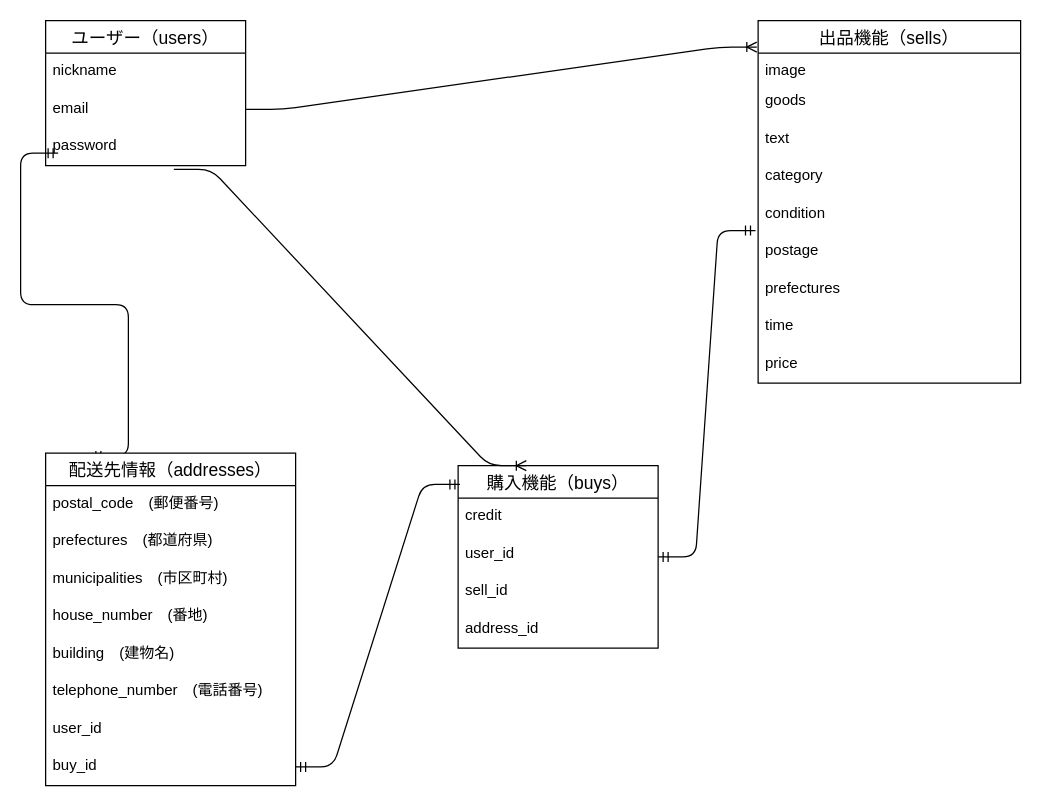
This is furima.dio from uiyum/furima-37442, a draw.io file, before an edit. Source tidied: cells renumbered, new cells numbered last; positions are measured from the earlier drawing's top-left corner, leaving out a move shared by most shapes. Both pictures are drawn from the tidied source at 125%, with x=0, y=0 at pixel (45, 20).
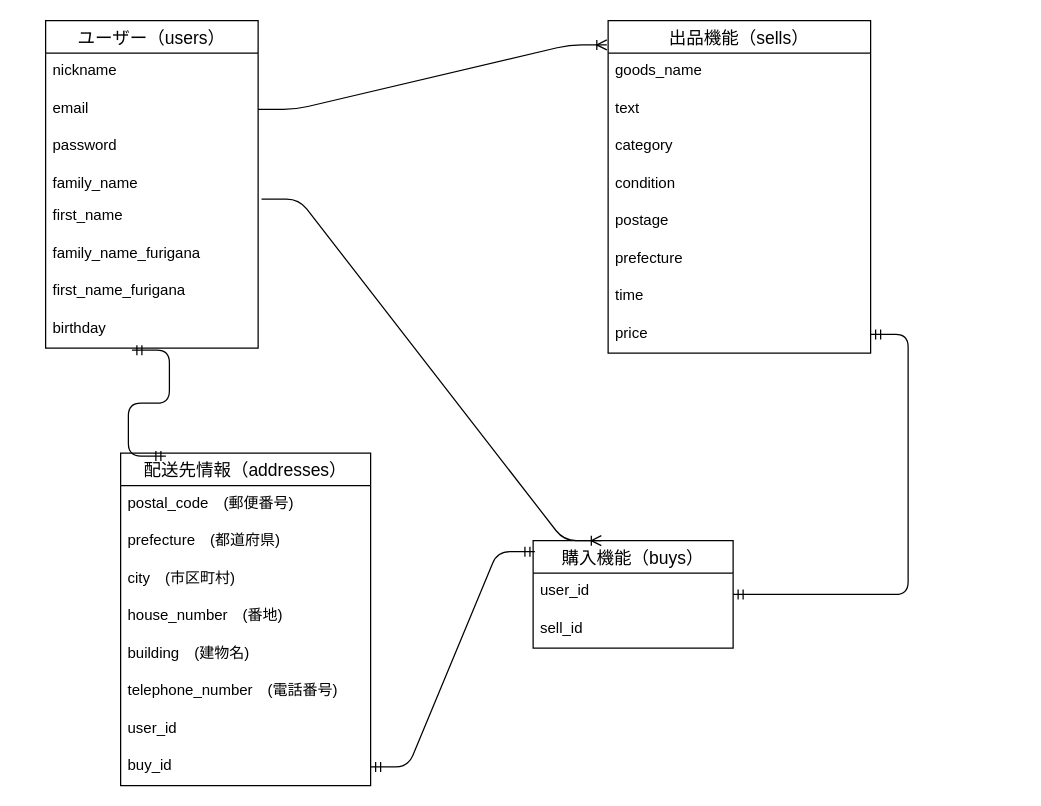
Above is the later version.

Change to the diagram source:
```diff
@@
     <mxCell id="2" value="ユーザー（users）" style="swimlane;fontStyle=0;horizontal=1;startSize=26;align=center;fontSize=14;" parent="1" vertex="1">
-      <mxGeometry width="160" height="116" as="geometry" />
+      <mxGeometry width="170" height="262" as="geometry" />
     </mxCell>
     <mxCell id="3" value="nickname" style="text;strokeColor=none;fillColor=none;spacingLeft=4;spacingRight=4;overflow=hidden;fontSize=12;" parent="2" vertex="1">
-      <mxGeometry y="26" width="160" height="30" as="geometry" />
+      <mxGeometry y="26" width="170" height="30" as="geometry" />
     </mxCell>
     <mxCell id="4" value="email" style="text;strokeColor=none;fillColor=none;spacingLeft=4;spacingRight=4;overflow=hidden;points=[[0,0.5],[1,0.5]];portConstraint=eastwest;fontSize=12;" parent="2" vertex="1">
-      <mxGeometry y="56" width="160" height="30" as="geometry" />
+      <mxGeometry y="56" width="170" height="30" as="geometry" />
     </mxCell>
     <mxCell id="5" value="password" style="text;strokeColor=none;fillColor=none;spacingLeft=4;spacingRight=4;overflow=hidden;points=[[0,0.5],[1,0.5]];portConstraint=eastwest;fontSize=12;" parent="2" vertex="1">
-      <mxGeometry y="86" width="160" height="30" as="geometry" />
+      <mxGeometry y="86" width="170" height="30" as="geometry" />
     </mxCell>
-    <mxCell id="6" style="edgeStyle=entityRelationEdgeStyle;fontSize=12;html=1;endArrow=ERmandOne;startArrow=ERmandOne;exitX=0.181;exitY=0.009;exitDx=0;exitDy=0;exitPerimeter=0;" parent="2" edge="1" source="25">
-      <mxGeometry relative="1" as="geometry">
-        <mxPoint x="10" y="106" as="targetPoint" />
-      </mxGeometry>
-    </mxCell>
+    <mxCell id="35" value="family_name" style="text;strokeColor=none;fillColor=none;spacingLeft=4;spacingRight=4;overflow=hidden;fontSize=12;" parent="2" vertex="1">
+      <mxGeometry y="116" width="170" height="26" as="geometry" />
+    </mxCell>
+    <mxCell id="36" value="first_name" style="text;strokeColor=none;fillColor=none;spacingLeft=4;spacingRight=4;overflow=hidden;points=[[0,0.5],[1,0.5]];portConstraint=eastwest;fontSize=12;" parent="2" vertex="1">
+      <mxGeometry y="142" width="170" height="30" as="geometry" />
+    </mxCell>
+    <mxCell id="37" value="family_name_furigana" style="text;strokeColor=none;fillColor=none;spacingLeft=4;spacingRight=4;overflow=hidden;fontSize=12;" parent="2" vertex="1">
+      <mxGeometry y="172" width="170" height="30" as="geometry" />
+    </mxCell>
+    <mxCell id="38" value="first_name_furigana" style="text;strokeColor=none;fillColor=none;spacingLeft=4;spacingRight=4;overflow=hidden;fontSize=12;" parent="2" vertex="1">
+      <mxGeometry y="202" width="170" height="30" as="geometry" />
+    </mxCell>
+    <mxCell id="39" value="birthday" style="text;strokeColor=none;fillColor=none;spacingLeft=4;spacingRight=4;overflow=hidden;points=[[0,0.5],[1,0.5]];portConstraint=eastwest;fontSize=12;" parent="2" vertex="1">
+      <mxGeometry y="232" width="170" height="30" as="geometry" />
+    </mxCell>
     <mxCell id="7" value="出品機能（sells）" style="swimlane;fontStyle=0;horizontal=1;startSize=26;align=center;fontSize=14;" parent="1" vertex="1">
-      <mxGeometry x="570" width="210" height="290" as="geometry" />
+      <mxGeometry x="450" width="210" height="266" as="geometry" />
     </mxCell>
-    <mxCell id="8" value="image" style="text;strokeColor=none;fillColor=none;spacingLeft=4;spacingRight=4;overflow=hidden;fontSize=12;" parent="7" vertex="1">
-      <mxGeometry y="26" width="210" height="24" as="geometry" />
-    </mxCell>
-    <mxCell id="9" value="goods" style="text;strokeColor=none;fillColor=none;spacingLeft=4;spacingRight=4;overflow=hidden;fontSize=12;" parent="7" vertex="1">
-      <mxGeometry y="50" width="210" height="30" as="geometry" />
+    <mxCell id="9" value="goods_name" style="text;strokeColor=none;fillColor=none;spacingLeft=4;spacingRight=4;overflow=hidden;fontSize=12;" parent="7" vertex="1">
+      <mxGeometry y="26" width="210" height="30" as="geometry" />
     </mxCell>
     <mxCell id="10" value="text" style="text;strokeColor=none;fillColor=none;spacingLeft=4;spacingRight=4;overflow=hidden;fontSize=12;" parent="7" vertex="1">
-      <mxGeometry y="80" width="210" height="30" as="geometry" />
+      <mxGeometry y="56" width="210" height="30" as="geometry" />
     </mxCell>
     <mxCell id="11" value="category" style="text;strokeColor=none;fillColor=none;spacingLeft=4;spacingRight=4;overflow=hidden;fontSize=12;" parent="7" vertex="1">
-      <mxGeometry y="110" width="210" height="30" as="geometry" />
+      <mxGeometry y="86" width="210" height="30" as="geometry" />
     </mxCell>
     <mxCell id="12" value="condition" style="text;strokeColor=none;fillColor=none;spacingLeft=4;spacingRight=4;overflow=hidden;fontSize=12;" parent="7" vertex="1">
-      <mxGeometry y="140" width="210" height="30" as="geometry" />
+      <mxGeometry y="116" width="210" height="30" as="geometry" />
     </mxCell>
     <mxCell id="13" value="postage" style="text;strokeColor=none;fillColor=none;spacingLeft=4;spacingRight=4;overflow=hidden;points=[[0,0.5],[1,0.5]];portConstraint=eastwest;fontSize=12;" parent="7" vertex="1">
-      <mxGeometry y="170" width="210" height="30" as="geometry" />
+      <mxGeometry y="146" width="210" height="30" as="geometry" />
     </mxCell>
-    <mxCell id="14" value="prefectures" style="text;strokeColor=none;fillColor=none;spacingLeft=4;spacingRight=4;overflow=hidden;fontSize=12;" parent="7" vertex="1">
-      <mxGeometry y="200" width="210" height="30" as="geometry" />
+    <mxCell id="14" value="prefecture" style="text;strokeColor=none;fillColor=none;spacingLeft=4;spacingRight=4;overflow=hidden;fontSize=12;" parent="7" vertex="1">
+      <mxGeometry y="176" width="210" height="30" as="geometry" />
     </mxCell>
     <mxCell id="15" value="time" style="text;strokeColor=none;fillColor=none;spacingLeft=4;spacingRight=4;overflow=hidden;fontSize=12;" parent="7" vertex="1">
-      <mxGeometry y="230" width="210" height="30" as="geometry" />
+      <mxGeometry y="206" width="210" height="30" as="geometry" />
     </mxCell>
     <mxCell id="16" value="price" style="text;strokeColor=none;fillColor=none;spacingLeft=4;spacingRight=4;overflow=hidden;points=[[0,0.5],[1,0.5]];portConstraint=eastwest;fontSize=12;" parent="7" vertex="1">
-      <mxGeometry y="260" width="210" height="30" as="geometry" />
+      <mxGeometry y="236" width="210" height="30" as="geometry" />
     </mxCell>
     <mxCell id="17" value="購入機能（buys）" style="swimlane;fontStyle=0;horizontal=1;startSize=26;align=center;fontSize=14;" parent="1" vertex="1">
-      <mxGeometry x="330" y="356" width="160" height="146" as="geometry" />
+      <mxGeometry x="390" y="416" width="160" height="86" as="geometry" />
     </mxCell>
-    <mxCell id="18" value="credit" style="text;strokeColor=none;fillColor=none;spacingLeft=4;spacingRight=4;overflow=hidden;fontSize=12;" parent="17" vertex="1">
-      <mxGeometry y="26" width="160" height="30" as="geometry" />
-    </mxCell>
     <mxCell id="19" value="user_id&#10;" style="text;strokeColor=none;fillColor=none;spacingLeft=4;spacingRight=4;overflow=hidden;fontSize=12;" parent="17" vertex="1">
-      <mxGeometry y="56" width="160" height="30" as="geometry" />
+      <mxGeometry y="26" width="160" height="30" as="geometry" />
     </mxCell>
     <mxCell id="20" value="sell_id" style="text;strokeColor=none;fillColor=none;spacingLeft=4;spacingRight=4;overflow=hidden;fontSize=12;" parent="17" vertex="1">
-      <mxGeometry y="86" width="160" height="30" as="geometry" />
+      <mxGeometry y="56" width="160" height="30" as="geometry" />
     </mxCell>
-    <mxCell id="21" value="address_id" style="text;strokeColor=none;fillColor=none;spacingLeft=4;spacingRight=4;overflow=hidden;fontSize=12;" parent="17" vertex="1">
-      <mxGeometry y="116" width="160" height="30" as="geometry" />
-    </mxCell>
@@
-    <mxCell id="23" style="edgeStyle=entityRelationEdgeStyle;fontSize=12;html=1;endArrow=ERmandOne;startArrow=ERmandOne;entryX=-0.01;entryY=-0.067;entryDx=0;entryDy=0;entryPerimeter=0;" parent="1" edge="1" source="17" target="13">
+    <mxCell id="23" style="edgeStyle=entityRelationEdgeStyle;fontSize=12;html=1;endArrow=ERmandOne;startArrow=ERmandOne;" parent="1" edge="1" source="17" target="16">
       <mxGeometry relative="1" as="geometry" />
     </mxCell>
-    <mxCell id="24" style="edgeStyle=entityRelationEdgeStyle;fontSize=12;html=1;endArrow=ERoneToMany;exitX=0.641;exitY=1.1;exitDx=0;exitDy=0;exitPerimeter=0;entryX=0.341;entryY=0;entryDx=0;entryDy=0;entryPerimeter=0;" parent="1" edge="1" source="5" target="17">
+    <mxCell id="24" style="edgeStyle=entityRelationEdgeStyle;fontSize=12;html=1;endArrow=ERoneToMany;exitX=1.016;exitY=0.024;exitDx=0;exitDy=0;exitPerimeter=0;entryX=0.341;entryY=0;entryDx=0;entryDy=0;entryPerimeter=0;" parent="1" edge="1" source="36" target="17">
       <mxGeometry relative="1" as="geometry" />
     </mxCell>
     <mxCell id="25" value="配送先情報（addresses）" style="swimlane;fontStyle=0;horizontal=1;startSize=26;align=center;fontSize=14;" parent="1" vertex="1">
-      <mxGeometry y="346" width="200" height="266" as="geometry" />
+      <mxGeometry x="60" y="346" width="200" height="266" as="geometry" />
     </mxCell>
@@
-    <mxCell id="27" value="prefectures　(都道府県)" style="text;strokeColor=none;fillColor=none;spacingLeft=4;spacingRight=4;overflow=hidden;fontSize=12;" parent="25" vertex="1">
+    <mxCell id="27" value="prefecture　(都道府県)" style="text;strokeColor=none;fillColor=none;spacingLeft=4;spacingRight=4;overflow=hidden;fontSize=12;" parent="25" vertex="1">
       <mxGeometry y="56" width="200" height="30" as="geometry" />
     </mxCell>
-    <mxCell id="28" value="municipalities　(市区町村)" style="text;strokeColor=none;fillColor=none;spacingLeft=4;spacingRight=4;overflow=hidden;fontSize=12;" parent="25" vertex="1">
+    <mxCell id="28" value="city　(市区町村)" style="text;strokeColor=none;fillColor=none;spacingLeft=4;spacingRight=4;overflow=hidden;fontSize=12;" parent="25" vertex="1">
       <mxGeometry y="86" width="200" height="30" as="geometry" />
     </mxCell>
@@
+    <mxCell id="6" style="edgeStyle=entityRelationEdgeStyle;fontSize=12;html=1;endArrow=ERmandOne;startArrow=ERmandOne;exitX=0.181;exitY=0.009;exitDx=0;exitDy=0;exitPerimeter=0;entryX=0.406;entryY=1.055;entryDx=0;entryDy=0;entryPerimeter=0;" parent="1" edge="1" source="25" target="39">
+      <mxGeometry relative="1" as="geometry" />
+    </mxCell>
```
